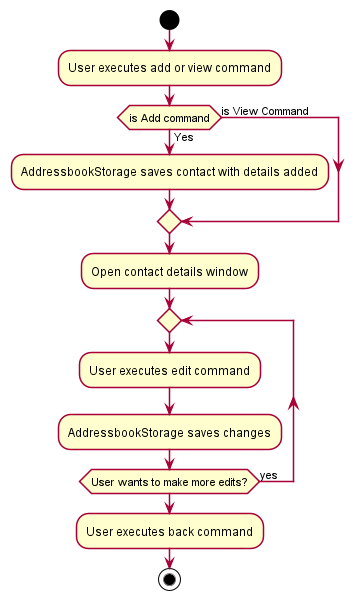
Above: docs/images/EditActivityDiagram.png in tonishka/tp (PlantUML), before the change.
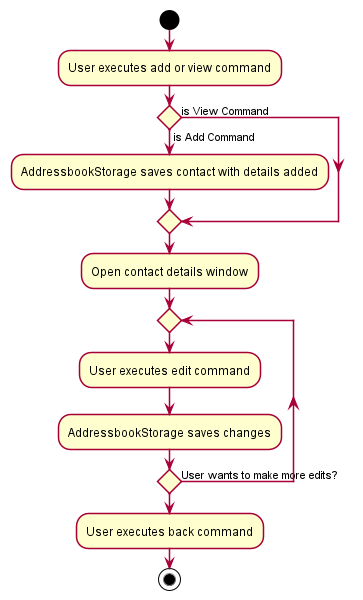
The same diagram one commit later.

Commit message:
Edit Feature DG patch

Diff of the diagram source:
```diff
@@ -3,7 +3,7 @@
 
 start
 :User executes add or view command;
-if (is Add command) then (Yes)
+if () then (is Add Command)
     :AddressbookStorage saves contact with details added;
 else (is View Command)
     endif
@@ -11,7 +11,7 @@
 repeat
     :User executes edit command;
     :AddressbookStorage saves changes;
-repeat while (User wants to make more edits?) is (yes)
+repeat while () is (User wants to make more edits?)
 :User executes back command;
 stop
 @enduml
```
